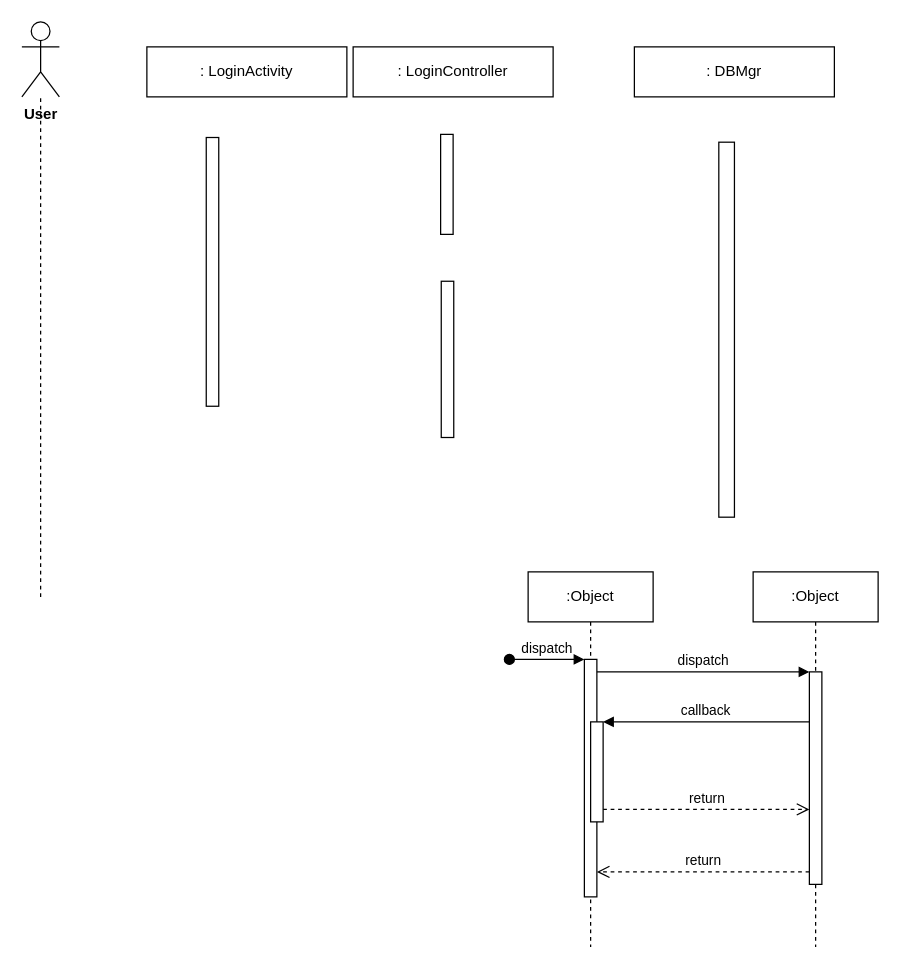
This is Login.drawio from AvinashMahala/SE1_Project, a draw.io file, before an edit. Source tidied: cells renumbered, new cells numbered last; positions are measured from the earlier drawing's top-left corner, leaving out a move shared by most shapes. Both pictures are drawn from the tidied source at 125%, with x=0, y=0 at pixel (21, 21).
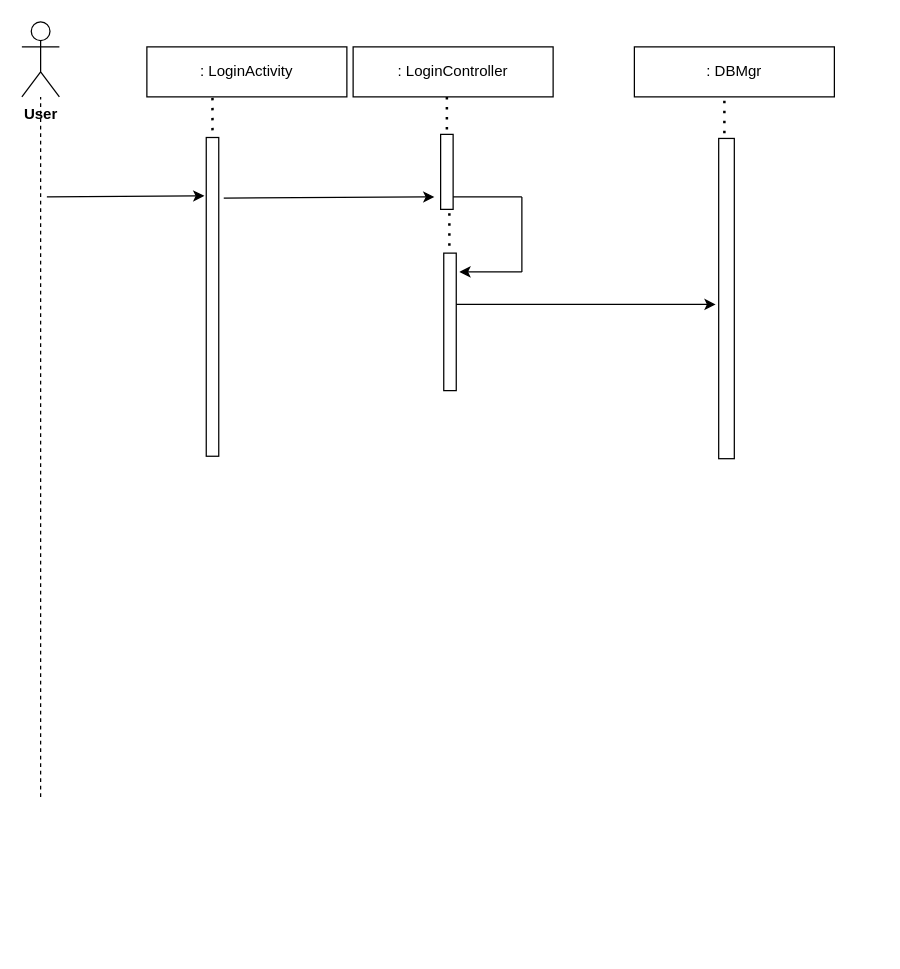
The same page after the edit.

The change refers to these unchanged cells:
```xml
<mxCell id="13" value="&lt;b&gt;User&lt;/b&gt;" style="shape=umlActor;verticalLabelPosition=bottom;verticalAlign=top;html=1;outlineConnect=0;" parent="1" vertex="1">
  <mxGeometry width="30" height="60" as="geometry" />
</mxCell>
<mxCell id="14" value=": LoginActivity" style="rounded=0;whiteSpace=wrap;html=1;" parent="1" vertex="1">
  <mxGeometry x="100" y="20" width="160" height="40" as="geometry" />
</mxCell>
```

The edit, as a diff of the source:
```diff
@@
     <mxCell id="2" style="endArrow=none;dashed=1;html=1;rounded=0;" parent="1" edge="1" target="13">
       <mxGeometry relative="1" as="geometry">
-        <mxPoint x="15" y="460" as="sourcePoint" />
+        <mxPoint x="15" y="620" as="sourcePoint" />
       </mxGeometry>
     </mxCell>
-    <mxCell id="3" value=":Object" style="shape=umlLifeline;perimeter=lifelinePerimeter;whiteSpace=wrap;html=1;newEdgeStyle={&quot;edgeStyle&quot;:&quot;elbowEdgeStyle&quot;,&quot;elbow&quot;:&quot;vertical&quot;,&quot;curved&quot;:0,&quot;rounded&quot;:0};" parent="1" vertex="1">
-      <mxGeometry x="405" y="440" width="100" height="300" as="geometry" />
-    </mxCell>
-    <mxCell id="4" style="html=1;points=[];perimeter=orthogonalPerimeter;outlineConnect=0;targetShapes=umlLifeline;portConstraint=eastwest;newEdgeStyle={&quot;edgeStyle&quot;:&quot;elbowEdgeStyle&quot;,&quot;elbow&quot;:&quot;vertical&quot;,&quot;curved&quot;:0,&quot;rounded&quot;:0};" parent="3" vertex="1">
-      <mxGeometry x="45" y="70" width="10" height="190" as="geometry" />
-    </mxCell>
-    <mxCell id="5" value="dispatch" style="html=1;verticalAlign=bottom;startArrow=oval;endArrow=block;startSize=8;edgeStyle=elbowEdgeStyle;elbow=vertical;curved=0;rounded=0;" parent="3" edge="1" target="4">
-      <mxGeometry relative="1" as="geometry">
-        <mxPoint x="-15" y="70" as="sourcePoint" />
-      </mxGeometry>
-    </mxCell>
-    <mxCell id="6" style="html=1;points=[];perimeter=orthogonalPerimeter;outlineConnect=0;targetShapes=umlLifeline;portConstraint=eastwest;newEdgeStyle={&quot;edgeStyle&quot;:&quot;elbowEdgeStyle&quot;,&quot;elbow&quot;:&quot;vertical&quot;,&quot;curved&quot;:0,&quot;rounded&quot;:0};" parent="3" vertex="1">
-      <mxGeometry x="50" y="120" width="10" height="80" as="geometry" />
-    </mxCell>
-    <mxCell id="7" value=":Object" style="shape=umlLifeline;perimeter=lifelinePerimeter;whiteSpace=wrap;html=1;newEdgeStyle={&quot;edgeStyle&quot;:&quot;elbowEdgeStyle&quot;,&quot;elbow&quot;:&quot;vertical&quot;,&quot;curved&quot;:0,&quot;rounded&quot;:0};" parent="1" vertex="1">
-      <mxGeometry x="585" y="440" width="100" height="300" as="geometry" />
-    </mxCell>
-    <mxCell id="8" style="html=1;points=[];perimeter=orthogonalPerimeter;outlineConnect=0;targetShapes=umlLifeline;portConstraint=eastwest;newEdgeStyle={&quot;edgeStyle&quot;:&quot;elbowEdgeStyle&quot;,&quot;elbow&quot;:&quot;vertical&quot;,&quot;curved&quot;:0,&quot;rounded&quot;:0};" parent="7" vertex="1">
-      <mxGeometry x="45" y="80" width="10" height="170" as="geometry" />
-    </mxCell>
-    <mxCell id="9" value="dispatch" style="html=1;verticalAlign=bottom;endArrow=block;edgeStyle=elbowEdgeStyle;elbow=vertical;curved=0;rounded=0;" parent="1" edge="1" source="4" target="8">
-      <mxGeometry relative="1" as="geometry">
-        <Array as="points">
-          <mxPoint x="545" y="520" />
-        </Array>
-      </mxGeometry>
-    </mxCell>
-    <mxCell id="10" value="return" style="html=1;verticalAlign=bottom;endArrow=open;dashed=1;endSize=8;edgeStyle=elbowEdgeStyle;elbow=vertical;curved=0;rounded=0;" parent="1" edge="1" source="8" target="4">
-      <mxGeometry relative="1" as="geometry">
-        <Array as="points">
-          <mxPoint x="555" y="680" />
-        </Array>
-      </mxGeometry>
-    </mxCell>
-    <mxCell id="11" value="callback" style="html=1;verticalAlign=bottom;endArrow=block;edgeStyle=elbowEdgeStyle;elbow=vertical;curved=0;rounded=0;" parent="1" edge="1" source="8" target="6">
-      <mxGeometry relative="1" as="geometry">
-        <Array as="points">
-          <mxPoint x="555" y="560" />
-        </Array>
-      </mxGeometry>
-    </mxCell>
-    <mxCell id="12" value="return" style="html=1;verticalAlign=bottom;endArrow=open;dashed=1;endSize=8;edgeStyle=elbowEdgeStyle;elbow=vertical;curved=0;rounded=0;" parent="1" edge="1" source="6" target="8">
-      <mxGeometry relative="1" as="geometry">
-        <Array as="points">
-          <mxPoint x="545" y="630" />
-        </Array>
-      </mxGeometry>
-    </mxCell>
@@
     <mxCell id="17" style="rounded=0;whiteSpace=wrap;html=1;rotation=90;" parent="1" vertex="1">
-      <mxGeometry x="45" y="195" width="215" height="10" as="geometry" />
+      <mxGeometry x="25" y="215" width="255" height="10" as="geometry" />
     </mxCell>
     <mxCell id="18" style="rounded=0;whiteSpace=wrap;html=1;rotation=90;" parent="1" vertex="1">
-      <mxGeometry x="278" y="265" width="125" height="10" as="geometry" />
+      <mxGeometry x="287.5" y="235" width="110" height="10" as="geometry" />
     </mxCell>
     <mxCell id="19" style="rounded=0;whiteSpace=wrap;html=1;rotation=90;" parent="1" vertex="1">
-      <mxGeometry x="300" y="125" width="80" height="10" as="geometry" />
+      <mxGeometry x="310" y="115" width="60" height="10" as="geometry" />
     </mxCell>
     <mxCell id="20" style="rounded=0;whiteSpace=wrap;html=1;rotation=90;" parent="1" vertex="1">
-      <mxGeometry x="413.8" y="240" width="300" height="12.5" as="geometry" />
+      <mxGeometry x="435.6" y="215.1" width="256.2" height="12.5" as="geometry" />
     </mxCell>
+    <mxCell id="21" style="endArrow=classic;html=1;rounded=0;entryX=0.183;entryY=1.15;entryDx=0;entryDy=0;entryPerimeter=0;" parent="1" edge="1" target="17">
+      <mxGeometry relative="1" as="geometry">
+        <mxPoint x="20" y="140" as="sourcePoint" />
+      </mxGeometry>
+    </mxCell>
+    <mxCell id="22" style="endArrow=classic;html=1;rounded=0;" parent="1" edge="1">
+      <mxGeometry relative="1" as="geometry">
+        <mxPoint x="161.5" y="141" as="sourcePoint" />
+        <mxPoint x="330" y="140" as="targetPoint" />
+      </mxGeometry>
+    </mxCell>
+    <mxCell id="23" style="endArrow=none;html=1;rounded=0;" parent="1" edge="1">
+      <mxGeometry relative="1" as="geometry">
+        <mxPoint x="345" y="140" as="sourcePoint" />
+        <mxPoint x="400" y="140" as="targetPoint" />
+      </mxGeometry>
+    </mxCell>
+    <mxCell id="24" style="endArrow=none;html=1;rounded=0;" parent="1" edge="1">
+      <mxGeometry relative="1" as="geometry">
+        <mxPoint x="400" y="140" as="sourcePoint" />
+        <mxPoint x="400" y="200" as="targetPoint" />
+      </mxGeometry>
+    </mxCell>
+    <mxCell id="25" style="endArrow=classic;html=1;rounded=0;" parent="1" edge="1">
+      <mxGeometry relative="1" as="geometry">
+        <mxPoint x="400" y="200" as="sourcePoint" />
+        <mxPoint x="350" y="200" as="targetPoint" />
+      </mxGeometry>
+    </mxCell>
+    <mxCell id="26" style="endArrow=classic;html=1;rounded=0;" parent="1" edge="1">
+      <mxGeometry relative="1" as="geometry">
+        <mxPoint x="347.5" y="226" as="sourcePoint" />
+        <mxPoint x="555" y="226" as="targetPoint" />
+      </mxGeometry>
+    </mxCell>
+    <mxCell id="27" style="endArrow=none;dashed=1;html=1;dashPattern=1 3;strokeWidth=2;rounded=0;exitX=0.328;exitY=1.02;exitDx=0;exitDy=0;exitPerimeter=0;entryX=0;entryY=0.5;entryDx=0;entryDy=0;" parent="1" edge="1" source="14" target="17">
+      <mxGeometry relative="1" as="geometry" />
+    </mxCell>
+    <mxCell id="28" style="endArrow=none;dashed=1;html=1;dashPattern=1 3;strokeWidth=2;rounded=0;entryX=0;entryY=0.5;entryDx=0;entryDy=0;" parent="1" edge="1" target="19">
+      <mxGeometry relative="1" as="geometry">
+        <mxPoint x="340" y="60" as="sourcePoint" />
+      </mxGeometry>
+    </mxCell>
+    <mxCell id="29" style="endArrow=none;dashed=1;html=1;dashPattern=1 3;strokeWidth=2;rounded=0;entryX=0;entryY=0.5;entryDx=0;entryDy=0;" parent="1" edge="1">
+      <mxGeometry relative="1" as="geometry">
+        <mxPoint x="562" y="63" as="sourcePoint" />
+        <mxPoint x="562" y="93" as="targetPoint" />
+      </mxGeometry>
+    </mxCell>
+    <mxCell id="30" style="endArrow=none;dashed=1;html=1;dashPattern=1 3;strokeWidth=2;rounded=0;entryX=0;entryY=0.5;entryDx=0;entryDy=0;" parent="1" edge="1">
+      <mxGeometry relative="1" as="geometry">
+        <mxPoint x="342" y="153" as="sourcePoint" />
+        <mxPoint x="342" y="183" as="targetPoint" />
+      </mxGeometry>
+    </mxCell>
```
